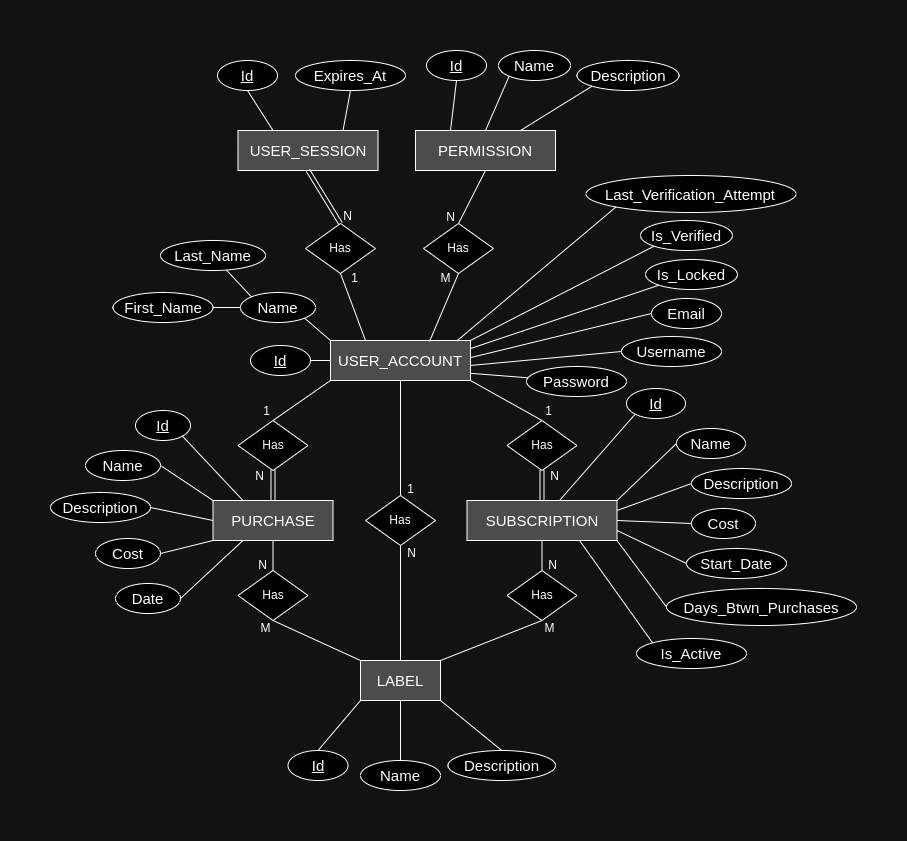
The draw.io diagram diagrams/SpendthriftErDiagram1.0.drawio.png in honey-ham/spendthrift-db, before a commit. Source tidied: cells renumbered, new cells last; positions are measured from the earlier drawing's top-left corner, leaving out a move shared by most shapes.
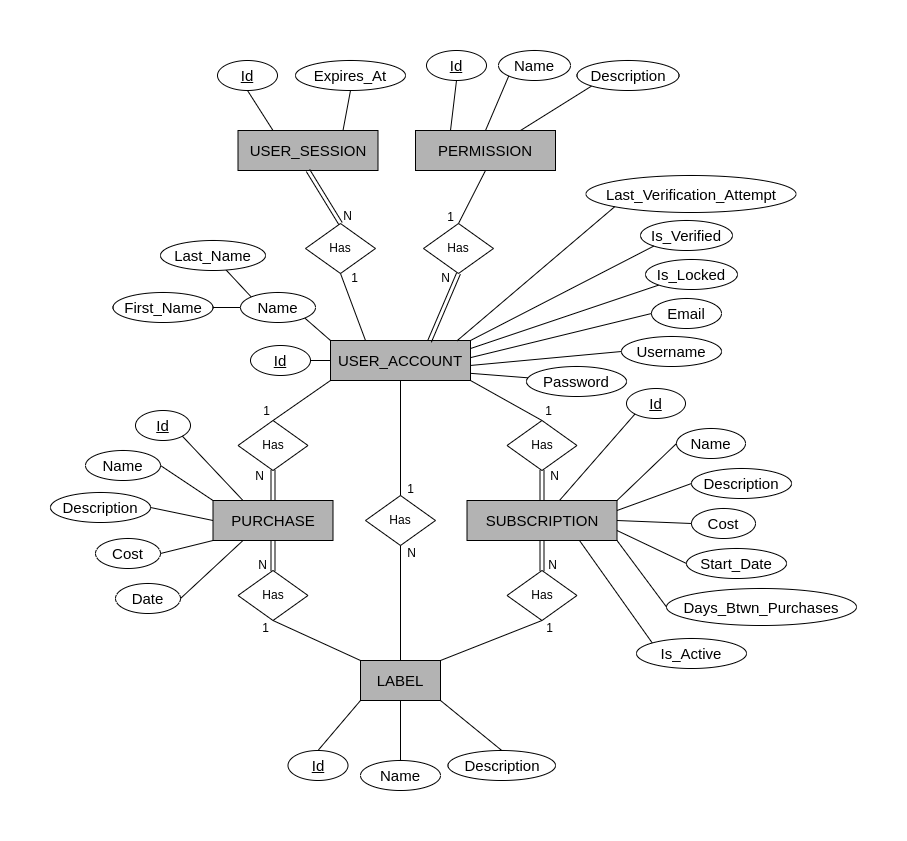
The same file after the commit.

Change to the diagram source:
```diff
@@ -1,4 +1,4 @@
-<mxGraphModel>
+<mxGraphModel background="#ffffff">
   <root>
     <mxCell id="0" />
     <mxCell id="1" parent="0" />
@@ -56,13 +56,13 @@
     <mxCell id="19" style="rounded=0;jettySize=auto;html=1;entryX=0.5;entryY=0;entryDx=0;entryDy=0;endArrow=none;endFill=0;exitX=0.5;exitY=1;exitDx=0;exitDy=0;shape=link;" parent="1" edge="1" source="20" target="6">
       <mxGeometry relative="1" as="geometry" />
     </mxCell>
-    <mxCell id="20" value="Has" style="rhombus;whiteSpace=wrap;html=1;" parent="1" vertex="1">
+    <mxCell id="20" value="Has" style="rhombus;whiteSpace=wrap;html=1;fillStyle=auto;fillColor=#FFFFFF;" parent="1" vertex="1">
       <mxGeometry x="187.5" y="370" width="70" height="50" as="geometry" />
     </mxCell>
     <mxCell id="21" style="rounded=0;jettySize=auto;html=1;entryX=1;entryY=1;entryDx=0;entryDy=0;endArrow=none;endFill=0;exitX=0.5;exitY=0;exitDx=0;exitDy=0;" parent="1" edge="1" source="22" target="3">
       <mxGeometry relative="1" as="geometry" />
     </mxCell>
-    <mxCell id="22" value="Has" style="rhombus;whiteSpace=wrap;html=1;" parent="1" vertex="1">
+    <mxCell id="22" value="Has" style="rhombus;whiteSpace=wrap;html=1;fillColor=default;" parent="1" vertex="1">
       <mxGeometry x="456.5" y="370" width="70" height="50" as="geometry" />
     </mxCell>
     <mxCell id="23" style="endArrow=none;html=1;rounded=0;exitX=0.5;exitY=0;exitDx=0;exitDy=0;entryX=0.5;entryY=1;entryDx=0;entryDy=0;shape=link;" parent="1" edge="1" source="5" target="22">
@@ -86,10 +86,10 @@
     <mxCell id="29" value="Has" style="rhombus;whiteSpace=wrap;html=1;" parent="1" vertex="1">
       <mxGeometry x="187.5" y="520" width="70" height="50" as="geometry" />
     </mxCell>
-    <mxCell id="30" style="endArrow=none;html=1;rounded=0;exitX=0.5;exitY=0;exitDx=0;exitDy=0;entryX=0.5;entryY=1;entryDx=0;entryDy=0;" parent="1" edge="1" source="29" target="6">
+    <mxCell id="30" style="endArrow=none;html=1;rounded=0;exitX=0.5;exitY=0;exitDx=0;exitDy=0;entryX=0.5;entryY=1;entryDx=0;entryDy=0;shape=link;" parent="1" edge="1" source="29" target="6">
       <mxGeometry relative="1" as="geometry" />
     </mxCell>
-    <mxCell id="31" style="endArrow=none;html=1;rounded=0;exitX=0.5;exitY=0;exitDx=0;exitDy=0;entryX=0.5;entryY=1;entryDx=0;entryDy=0;" parent="1" edge="1" source="28" target="5">
+    <mxCell id="31" style="endArrow=none;html=1;rounded=0;exitX=0.5;exitY=0;exitDx=0;exitDy=0;entryX=0.5;entryY=1;entryDx=0;entryDy=0;shape=link;" parent="1" edge="1" source="28" target="5">
       <mxGeometry relative="1" as="geometry" />
     </mxCell>
     <mxCell id="32" style="endArrow=none;html=1;rounded=0;exitX=0.5;exitY=1;exitDx=0;exitDy=0;entryX=0;entryY=0;entryDx=0;entryDy=0;" parent="1" edge="1" source="29" target="4">
@@ -104,10 +104,10 @@
     <mxCell id="35" value="N" style="text;html=1;align=center;verticalAlign=middle;strokeColor=none;fillColor=none;" parent="1" vertex="1">
       <mxGeometry x="487" y="500" width="30" height="30" as="geometry" />
     </mxCell>
-    <mxCell id="36" value="M" style="text;html=1;align=center;verticalAlign=middle;strokeColor=none;fillColor=none;" parent="1" vertex="1">
+    <mxCell id="36" value="1" style="text;html=1;align=center;verticalAlign=middle;strokeColor=none;fillColor=none;" parent="1" vertex="1">
       <mxGeometry x="484" y="563" width="30" height="30" as="geometry" />
     </mxCell>
-    <mxCell id="37" value="M" style="text;html=1;align=center;verticalAlign=middle;strokeColor=none;fillColor=none;" parent="1" vertex="1">
+    <mxCell id="37" value="1" style="text;html=1;align=center;verticalAlign=middle;strokeColor=none;fillColor=none;" parent="1" vertex="1">
       <mxGeometry x="200" y="563" width="30" height="30" as="geometry" />
     </mxCell>
     <mxCell id="38" value="&lt;span style=&quot;font-size: 15px;&quot;&gt;Name&lt;/span&gt;" style="ellipse;whiteSpace=wrap;html=1;" parent="1" vertex="1">
@@ -263,10 +263,10 @@
     <mxCell id="88" style="rounded=0;jettySize=auto;html=1;entryX=0.5;entryY=0;entryDx=0;entryDy=0;endArrow=none;endFill=0;exitX=0.5;exitY=1;exitDx=0;exitDy=0;" parent="1" edge="1" source="80" target="87">
       <mxGeometry relative="1" as="geometry" />
     </mxCell>
-    <mxCell id="89" style="rounded=0;jettySize=auto;html=1;entryX=0.707;entryY=0.025;entryDx=0;entryDy=0;endArrow=none;endFill=0;exitX=0.5;exitY=1;exitDx=0;exitDy=0;entryPerimeter=0;" parent="1" edge="1" source="87" target="3">
+    <mxCell id="89" style="rounded=0;jettySize=auto;html=1;entryX=0.707;entryY=0.025;entryDx=0;entryDy=0;endArrow=none;endFill=0;exitX=0.5;exitY=1;exitDx=0;exitDy=0;entryPerimeter=0;shape=link;" parent="1" edge="1" source="87" target="3">
       <mxGeometry relative="1" as="geometry" />
     </mxCell>
-    <mxCell id="90" value="M" style="text;html=1;align=center;verticalAlign=middle;strokeColor=none;fillColor=none;" parent="1" vertex="1">
+    <mxCell id="90" value="N" style="text;html=1;align=center;verticalAlign=middle;strokeColor=none;fillColor=none;" parent="1" vertex="1">
       <mxGeometry x="380" y="213" width="30" height="30" as="geometry" />
     </mxCell>
     <mxCell id="91" value="N" style="text;html=1;align=center;verticalAlign=middle;strokeColor=none;fillColor=none;" parent="1" vertex="1">
@@ -275,7 +275,7 @@
     <mxCell id="92" value="1" style="text;html=1;align=center;verticalAlign=middle;strokeColor=none;fillColor=none;" parent="1" vertex="1">
       <mxGeometry x="288.5" y="213" width="30" height="30" as="geometry" />
     </mxCell>
-    <mxCell id="93" value="N" style="text;html=1;align=center;verticalAlign=middle;strokeColor=none;fillColor=none;" parent="1" vertex="1">
+    <mxCell id="93" value="1" style="text;html=1;align=center;verticalAlign=middle;strokeColor=none;fillColor=none;" parent="1" vertex="1">
       <mxGeometry x="384.5" y="152" width="30" height="30" as="geometry" />
     </mxCell>
     <mxCell id="94" value="&lt;font style=&quot;font-size: 15px;&quot;&gt;Name&lt;/font&gt;" style="ellipse;whiteSpace=wrap;html=1;" parent="1" vertex="1">
```
